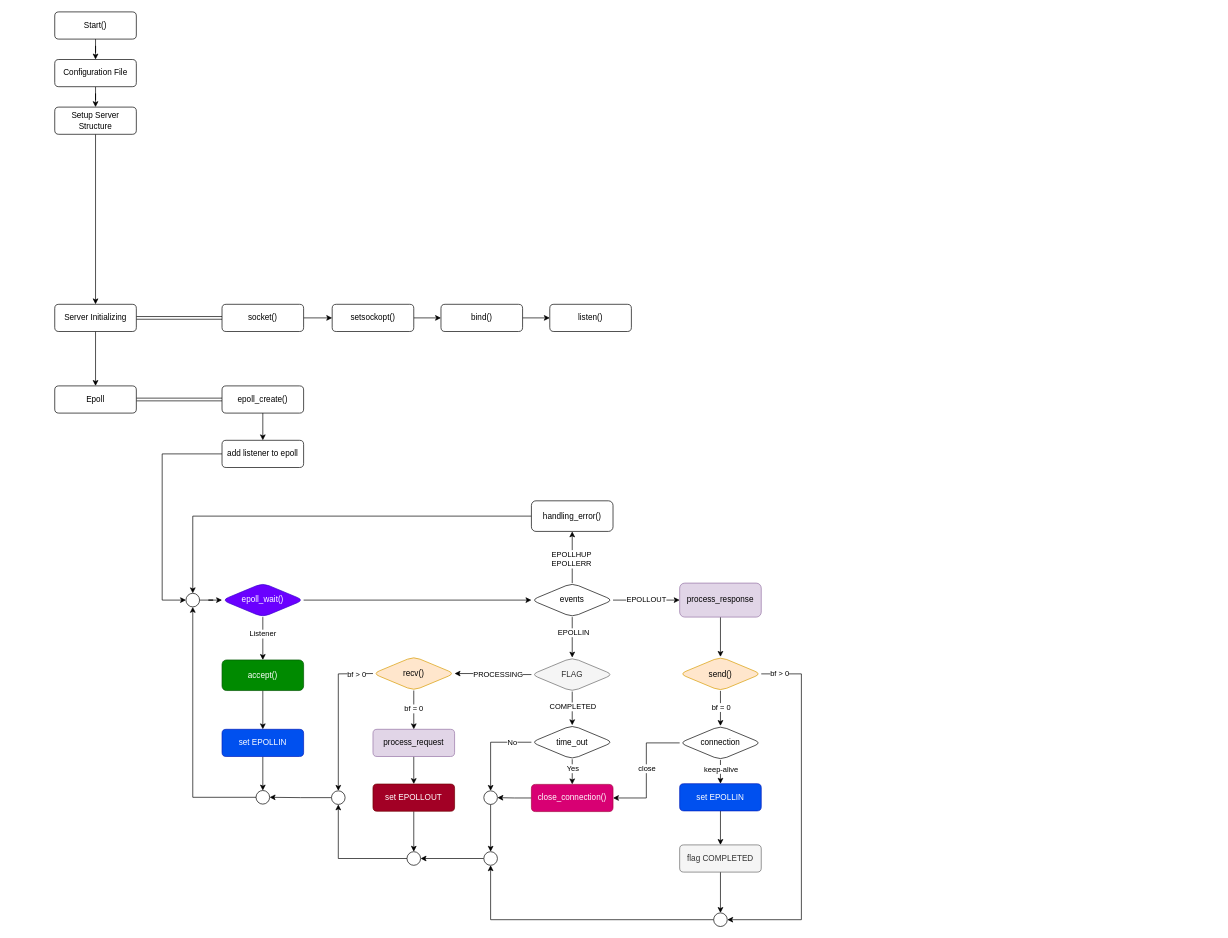
This is Untitled Diagram.drawio from bankung7/42_webserv, a draw.io file, before an edit. Source tidied: cells renumbered, new cells numbered last; positions are measured from the earlier drawing's top-left corner, leaving out a move shared by most shapes. Both pictures are drawn from the tidied source at 68%, with x=0, y=0 at pixel (54, 12).
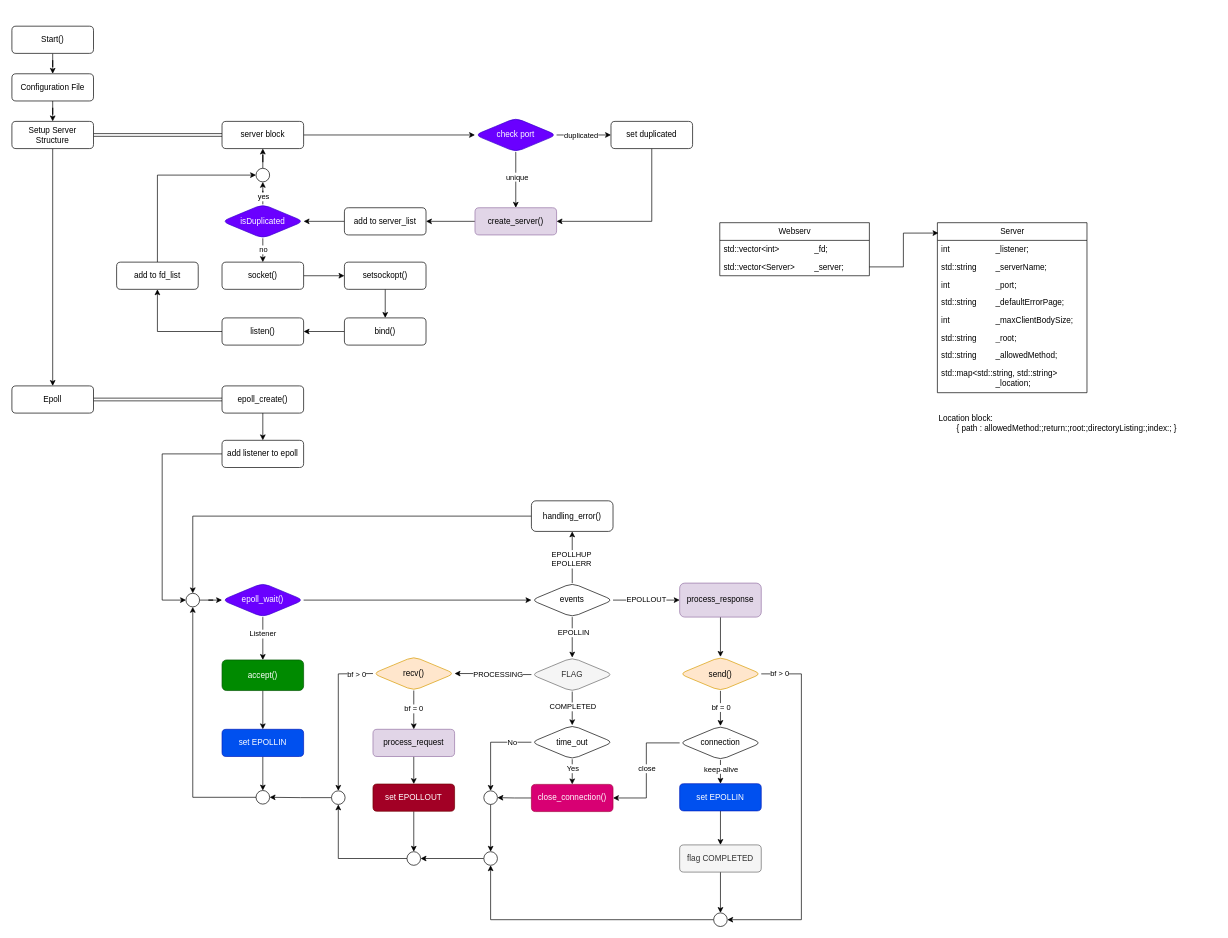
After the change.

Change to the diagram source:
```diff
@@
     <mxCell id="3" value="Start()" style="rounded=1;whiteSpace=wrap;html=1;fontSize=12;glass=0;strokeWidth=1;shadow=0;" parent="1" vertex="1">
-      <mxGeometry width="120" height="40" as="geometry" />
+      <mxGeometry x="-63" y="21" width="120" height="40" as="geometry" />
     </mxCell>
@@
     <mxCell id="5" value="Configuration File" style="whiteSpace=wrap;html=1;rounded=1;glass=0;strokeWidth=1;shadow=0;" parent="1" vertex="1">
-      <mxGeometry y="70" width="120" height="40" as="geometry" />
+      <mxGeometry x="-63" y="91" width="120" height="40" as="geometry" />
     </mxCell>
-    <mxCell id="6" style="edgeStyle=orthogonalEdgeStyle;rounded=0;jettySize=auto;html=1;" parent="1" edge="1" source="7" target="10">
-      <mxGeometry relative="1" as="geometry" />
-    </mxCell>
+    <mxCell id="91" style="edgeStyle=orthogonalEdgeStyle;rounded=0;jettySize=auto;html=1;shape=link;" parent="1" edge="1" source="7" target="95">
+      <mxGeometry relative="1" as="geometry" />
+    </mxCell>
+    <mxCell id="92" style="edgeStyle=orthogonalEdgeStyle;rounded=0;jettySize=auto;html=1;entryX=0.5;entryY=0;entryDx=0;entryDy=0;" parent="1" edge="1" source="7" target="12">
+      <mxGeometry relative="1" as="geometry" />
+    </mxCell>
     <mxCell id="7" value="Setup Server Structure" style="whiteSpace=wrap;html=1;rounded=1;glass=0;strokeWidth=1;shadow=0;" parent="1" vertex="1">
-      <mxGeometry y="140" width="120" height="40" as="geometry" />
+      <mxGeometry x="-63" y="161" width="120" height="40" as="geometry" />
     </mxCell>
-    <mxCell id="8" style="edgeStyle=orthogonalEdgeStyle;rounded=0;jettySize=auto;html=1;" parent="1" edge="1" source="10" target="12">
-      <mxGeometry relative="1" as="geometry" />
-    </mxCell>
-    <mxCell id="9" style="edgeStyle=orthogonalEdgeStyle;rounded=0;jettySize=auto;html=1;shape=link;" parent="1" edge="1" source="10" target="81">
-      <mxGeometry relative="1" as="geometry" />
-    </mxCell>
-    <mxCell id="10" value="Server Initializing" style="whiteSpace=wrap;html=1;rounded=1;glass=0;strokeWidth=1;shadow=0;" parent="1" vertex="1">
-      <mxGeometry y="430" width="120" height="40" as="geometry" />
-    </mxCell>
@@
     <mxCell id="12" value="Epoll" style="whiteSpace=wrap;html=1;rounded=1;glass=0;strokeWidth=1;shadow=0;" parent="1" vertex="1">
-      <mxGeometry y="550" width="120" height="40" as="geometry" />
+      <mxGeometry x="-63" y="550" width="120" height="40" as="geometry" />
     </mxCell>
@@
     <mxCell id="81" value="socket()" style="whiteSpace=wrap;html=1;rounded=1;glass=0;strokeWidth=1;shadow=0;" parent="1" vertex="1">
-      <mxGeometry x="246" y="430" width="120" height="40" as="geometry" />
+      <mxGeometry x="246" y="368" width="120" height="40" as="geometry" />
     </mxCell>
@@
     <mxCell id="83" value="setsockopt()" style="whiteSpace=wrap;html=1;rounded=1;glass=0;strokeWidth=1;shadow=0;" parent="1" vertex="1">
-      <mxGeometry x="408" y="430" width="120" height="40" as="geometry" />
+      <mxGeometry x="426" y="368" width="120" height="40" as="geometry" />
     </mxCell>
@@
     <mxCell id="85" value="bind()" style="whiteSpace=wrap;html=1;rounded=1;glass=0;strokeWidth=1;shadow=0;" parent="1" vertex="1">
-      <mxGeometry x="568" y="430" width="120" height="40" as="geometry" />
+      <mxGeometry x="426" y="450" width="120" height="40" as="geometry" />
     </mxCell>
+    <mxCell id="93" style="edgeStyle=orthogonalEdgeStyle;rounded=0;jettySize=auto;html=1;" parent="1" edge="1" source="86" target="97">
+      <mxGeometry relative="1" as="geometry" />
+    </mxCell>
     <mxCell id="86" value="listen()" style="whiteSpace=wrap;html=1;rounded=1;glass=0;strokeWidth=1;shadow=0;" parent="1" vertex="1">
-      <mxGeometry x="728" y="430" width="120" height="40" as="geometry" />
+      <mxGeometry x="246" y="450" width="120" height="40" as="geometry" />
     </mxCell>
@@
+    <mxCell id="94" style="edgeStyle=orthogonalEdgeStyle;rounded=0;jettySize=auto;html=1;entryX=0;entryY=0.5;entryDx=0;entryDy=0;" parent="1" edge="1" source="95" target="102">
+      <mxGeometry relative="1" as="geometry" />
+    </mxCell>
+    <mxCell id="95" value="server block" style="whiteSpace=wrap;html=1;rounded=1;glass=0;strokeWidth=1;shadow=0;" parent="1" vertex="1">
+      <mxGeometry x="246" y="161" width="120" height="40" as="geometry" />
+    </mxCell>
+    <mxCell id="96" style="edgeStyle=orthogonalEdgeStyle;rounded=0;jettySize=auto;html=1;entryX=0;entryY=0.5;entryDx=0;entryDy=0;" parent="1" edge="1" source="97" target="113">
+      <mxGeometry relative="1" as="geometry">
+        <Array as="points">
+          <mxPoint x="151" y="240" />
+        </Array>
+      </mxGeometry>
+    </mxCell>
+    <mxCell id="97" value="add to fd_list" style="whiteSpace=wrap;html=1;rounded=1;glass=0;strokeWidth=1;shadow=0;" parent="1" vertex="1">
+      <mxGeometry x="91" y="368" width="120" height="40" as="geometry" />
+    </mxCell>
+    <mxCell id="98" style="edgeStyle=orthogonalEdgeStyle;rounded=0;jettySize=auto;html=1;" parent="1" edge="1" source="102" target="104">
+      <mxGeometry relative="1" as="geometry" />
+    </mxCell>
+    <mxCell id="99" value="duplicated" style="edgeLabel;html=1;align=center;verticalAlign=middle;" parent="98" vertex="1">
+      <mxGeometry x="-0.06" y="-1" relative="1" as="geometry">
+        <mxPoint x="-3" y="-1" as="offset" />
+      </mxGeometry>
+    </mxCell>
+    <mxCell id="100" style="edgeStyle=orthogonalEdgeStyle;rounded=0;jettySize=auto;html=1;" parent="1" edge="1" source="102" target="106">
+      <mxGeometry relative="1" as="geometry" />
+    </mxCell>
+    <mxCell id="101" value="unique" style="edgeLabel;html=1;align=center;verticalAlign=middle;" parent="100" vertex="1">
+      <mxGeometry x="-0.13" y="1" relative="1" as="geometry" />
+    </mxCell>
+    <mxCell id="102" value="check port" style="rhombus;whiteSpace=wrap;html=1;rounded=1;glass=0;strokeWidth=1;shadow=0;fillColor=#6a00ff;fontColor=#ffffff;strokeColor=#3700CC;" parent="1" vertex="1">
+      <mxGeometry x="618" y="156" width="120" height="50" as="geometry" />
+    </mxCell>
+    <mxCell id="103" style="edgeStyle=orthogonalEdgeStyle;rounded=0;jettySize=auto;html=1;entryX=1;entryY=0.5;entryDx=0;entryDy=0;" parent="1" edge="1" source="104" target="106">
+      <mxGeometry relative="1" as="geometry">
+        <Array as="points">
+          <mxPoint x="878" y="308" />
+        </Array>
+      </mxGeometry>
+    </mxCell>
+    <mxCell id="104" value="set duplicated" style="whiteSpace=wrap;html=1;rounded=1;glass=0;strokeWidth=1;shadow=0;" parent="1" vertex="1">
+      <mxGeometry x="818" y="161" width="120" height="40" as="geometry" />
+    </mxCell>
+    <mxCell id="105" style="edgeStyle=orthogonalEdgeStyle;rounded=0;jettySize=auto;html=1;" parent="1" edge="1" source="106" target="115">
+      <mxGeometry relative="1" as="geometry" />
+    </mxCell>
+    <mxCell id="106" value="create_server()" style="whiteSpace=wrap;html=1;rounded=1;glass=0;strokeWidth=1;shadow=0;fillColor=#e1d5e7;strokeColor=#9673a6;" parent="1" vertex="1">
+      <mxGeometry x="618" y="288" width="120" height="40" as="geometry" />
+    </mxCell>
+    <mxCell id="107" style="edgeStyle=orthogonalEdgeStyle;rounded=0;jettySize=auto;html=1;" parent="1" edge="1" source="111" target="81">
+      <mxGeometry relative="1" as="geometry" />
+    </mxCell>
+    <mxCell id="108" value="no" style="edgeLabel;html=1;align=center;verticalAlign=middle;" parent="107" vertex="1">
+      <mxGeometry x="-0.09" y="-1" relative="1" as="geometry">
+        <mxPoint x="-1" y="-4" as="offset" />
+      </mxGeometry>
+    </mxCell>
+    <mxCell id="109" style="edgeStyle=orthogonalEdgeStyle;rounded=0;jettySize=auto;html=1;" parent="1" edge="1" source="111" target="113">
+      <mxGeometry relative="1" as="geometry" />
+    </mxCell>
+    <mxCell id="110" value="yes" style="edgeLabel;html=1;align=center;verticalAlign=middle;" parent="109" vertex="1">
+      <mxGeometry x="-0.63" y="2" relative="1" as="geometry">
+        <mxPoint x="2" y="-3" as="offset" />
+      </mxGeometry>
+    </mxCell>
+    <mxCell id="111" value="isDuplicated" style="rhombus;whiteSpace=wrap;html=1;rounded=1;glass=0;strokeWidth=1;shadow=0;fillColor=#6a00ff;fontColor=#ffffff;strokeColor=#3700CC;" parent="1" vertex="1">
+      <mxGeometry x="246" y="283" width="120" height="50" as="geometry" />
+    </mxCell>
+    <mxCell id="112" style="edgeStyle=orthogonalEdgeStyle;rounded=0;jettySize=auto;html=1;" parent="1" edge="1" source="113" target="95">
+      <mxGeometry relative="1" as="geometry" />
+    </mxCell>
+    <mxCell id="113" style="ellipse;whiteSpace=wrap;html=1;rounded=1;glass=0;strokeWidth=1;shadow=0;" parent="1" vertex="1">
+      <mxGeometry x="296" y="230" width="20" height="20" as="geometry" />
+    </mxCell>
+    <mxCell id="114" style="edgeStyle=orthogonalEdgeStyle;rounded=0;jettySize=auto;html=1;" parent="1" edge="1" source="115" target="111">
+      <mxGeometry relative="1" as="geometry" />
+    </mxCell>
+    <mxCell id="115" value="add to server_list" style="whiteSpace=wrap;html=1;rounded=1;glass=0;strokeWidth=1;shadow=0;" parent="1" vertex="1">
+      <mxGeometry x="426" y="288" width="120" height="40" as="geometry" />
+    </mxCell>
+    <mxCell id="116" value="Server" style="swimlane;fontStyle=0;horizontal=1;startSize=26;fillColor=none;html=1;" parent="1" vertex="1">
+      <mxGeometry x="1298" y="310" width="220" height="250" as="geometry" />
+    </mxCell>
+    <mxCell id="117" value="int&lt;span style=&quot;white-space: pre;&quot;&gt;&#9;&lt;/span&gt;&lt;span style=&quot;white-space: pre;&quot;&gt;&#9;&lt;/span&gt;&lt;span style=&quot;white-space: pre;&quot;&gt;&#9;&lt;/span&gt;_listener;" style="text;strokeColor=none;fillColor=none;align=left;verticalAlign=top;spacingLeft=4;spacingRight=4;overflow=hidden;whiteSpace=wrap;html=1;" parent="116" vertex="1">
+      <mxGeometry y="26" width="220" height="26" as="geometry" />
+    </mxCell>
+    <mxCell id="118" value="std::string&lt;span style=&quot;white-space: pre;&quot;&gt;&#9;&lt;/span&gt;_serverName;" style="text;strokeColor=none;fillColor=none;align=left;verticalAlign=top;spacingLeft=4;spacingRight=4;overflow=hidden;whiteSpace=wrap;html=1;" parent="116" vertex="1">
+      <mxGeometry y="52" width="220" height="26" as="geometry" />
+    </mxCell>
+    <mxCell id="119" value="int&lt;span style=&quot;white-space: pre;&quot;&gt;&#9;&lt;/span&gt;&lt;span style=&quot;white-space: pre;&quot;&gt;&#9;&lt;/span&gt;&lt;span style=&quot;white-space: pre;&quot;&gt;&#9;&lt;/span&gt;_port;" style="text;strokeColor=none;fillColor=none;align=left;verticalAlign=top;spacingLeft=4;spacingRight=4;overflow=hidden;whiteSpace=wrap;html=1;" parent="116" vertex="1">
+      <mxGeometry y="78" width="220" height="26" as="geometry" />
+    </mxCell>
+    <mxCell id="120" value="std::string&lt;span style=&quot;white-space: pre;&quot;&gt;&#9;&lt;/span&gt;_defaultErrorPage;" style="text;strokeColor=none;fillColor=none;align=left;verticalAlign=top;spacingLeft=4;spacingRight=4;overflow=hidden;whiteSpace=wrap;html=1;" parent="116" vertex="1">
+      <mxGeometry y="104" width="220" height="26" as="geometry" />
+    </mxCell>
+    <mxCell id="121" value="int&lt;span style=&quot;white-space: pre;&quot;&gt;&#9;&lt;/span&gt;&lt;span style=&quot;white-space: pre;&quot;&gt;&#9;&lt;/span&gt;&lt;span style=&quot;white-space: pre;&quot;&gt;&#9;&lt;/span&gt;_maxClientBodySize;" style="text;strokeColor=none;fillColor=none;align=left;verticalAlign=top;spacingLeft=4;spacingRight=4;overflow=hidden;whiteSpace=wrap;html=1;" parent="116" vertex="1">
+      <mxGeometry y="130" width="220" height="26" as="geometry" />
+    </mxCell>
+    <mxCell id="122" value="std::string&lt;span style=&quot;white-space: pre;&quot;&gt;&#9;&lt;/span&gt;_root;" style="text;strokeColor=none;fillColor=none;align=left;verticalAlign=top;spacingLeft=4;spacingRight=4;overflow=hidden;whiteSpace=wrap;html=1;" parent="116" vertex="1">
+      <mxGeometry y="156" width="220" height="26" as="geometry" />
+    </mxCell>
+    <mxCell id="123" value="std::string&lt;span style=&quot;white-space: pre;&quot;&gt;&#9;&lt;/span&gt;_allowedMethod;" style="text;strokeColor=none;fillColor=none;align=left;verticalAlign=top;spacingLeft=4;spacingRight=4;overflow=hidden;whiteSpace=wrap;html=1;" parent="116" vertex="1">
+      <mxGeometry y="182" width="220" height="26" as="geometry" />
+    </mxCell>
+    <mxCell id="124" value="std::map&amp;lt;std::string, std::string&amp;gt;&lt;br&gt;&lt;span style=&quot;white-space: pre;&quot;&gt;&#9;&lt;/span&gt;&lt;span style=&quot;white-space: pre;&quot;&gt;&#9;&lt;/span&gt;&lt;span style=&quot;white-space: pre;&quot;&gt;&#9;&lt;/span&gt;_location;" style="text;strokeColor=none;fillColor=none;align=left;verticalAlign=top;spacingLeft=4;spacingRight=4;overflow=hidden;whiteSpace=wrap;html=1;" parent="116" vertex="1">
+      <mxGeometry y="208" width="220" height="42" as="geometry" />
+    </mxCell>
+    <mxCell id="125" value="Webserv" style="swimlane;fontStyle=0;horizontal=1;startSize=26;fillColor=none;html=1;" parent="1" vertex="1">
+      <mxGeometry x="978" y="310" width="220" height="78" as="geometry" />
+    </mxCell>
+    <mxCell id="126" value="std::vector&amp;lt;int&amp;gt;&lt;span style=&quot;white-space: pre;&quot;&gt;&#9;&lt;span style=&quot;white-space: pre;&quot;&gt;&#9;&lt;/span&gt;&lt;/span&gt;_fd;" style="text;strokeColor=none;fillColor=none;align=left;verticalAlign=top;spacingLeft=4;spacingRight=4;overflow=hidden;whiteSpace=wrap;html=1;" parent="125" vertex="1">
+      <mxGeometry y="26" width="220" height="26" as="geometry" />
+    </mxCell>
+    <mxCell id="127" value="std::vector&amp;lt;Server&amp;gt;&lt;span style=&quot;white-space: pre;&quot;&gt;&#9;&lt;span style=&quot;white-space: pre;&quot;&gt;&#9;&lt;/span&gt;&lt;/span&gt;_server;" style="text;strokeColor=none;fillColor=none;align=left;verticalAlign=top;spacingLeft=4;spacingRight=4;overflow=hidden;points=[[0,0.5],[1,0.5]];portConstraint=eastwest;whiteSpace=wrap;html=1;" parent="125" vertex="1">
+      <mxGeometry y="52" width="220" height="26" as="geometry" />
+    </mxCell>
+    <mxCell id="128" style="edgeStyle=orthogonalEdgeStyle;rounded=0;jettySize=auto;html=1;entryX=0.007;entryY=0.061;entryDx=0;entryDy=0;entryPerimeter=0;" parent="1" edge="1" source="127" target="116">
+      <mxGeometry relative="1" as="geometry" />
+    </mxCell>
+    <mxCell id="129" value="Location block:&lt;br&gt;&lt;span style=&quot;white-space: pre;&quot;&gt;&#9;&lt;/span&gt;{ path : allowedMethod:;return:;root:;directoryListing:;index:; }" style="text;html=1;strokeColor=none;fillColor=none;align=left;verticalAlign=middle;whiteSpace=wrap;rounded=0;" parent="1" vertex="1">
+      <mxGeometry x="1298" y="590" width="410" height="30" as="geometry" />
+    </mxCell>
```
